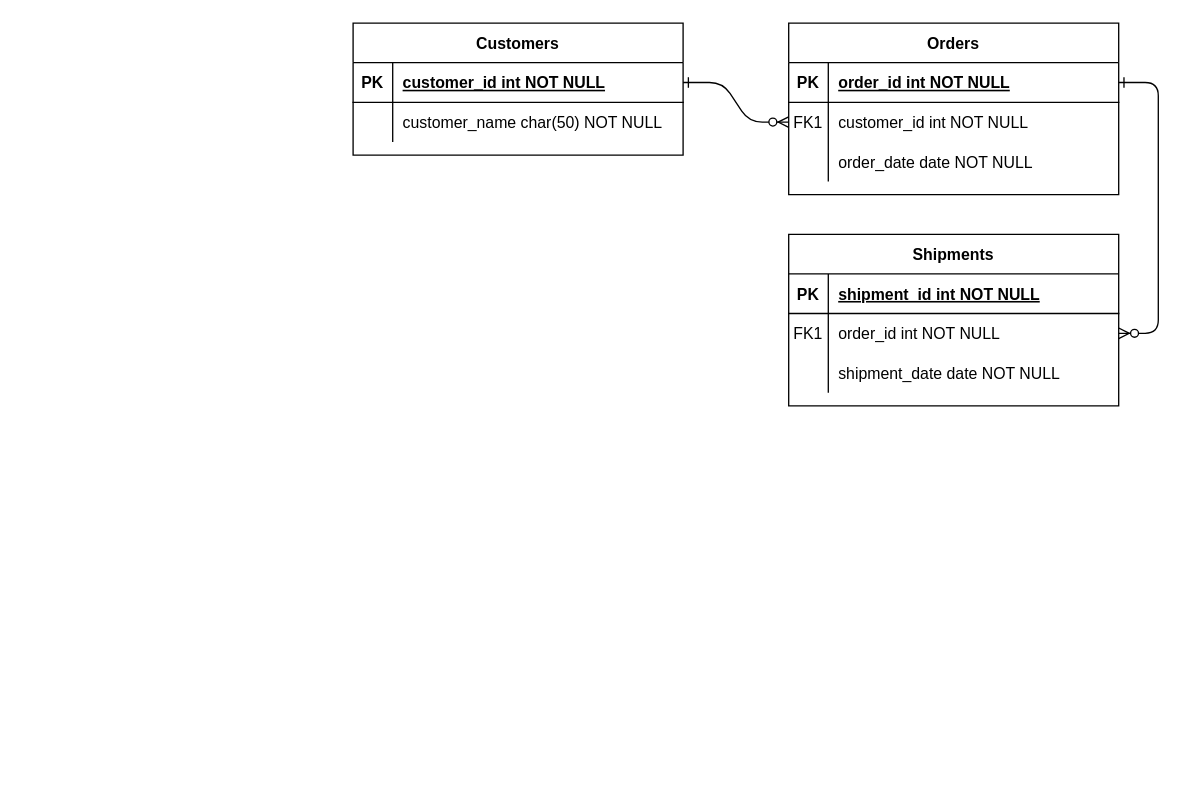
Before: Untitled Diagram.drawio in e-anderson/secret-santa-service, a draw.io diagram. Source tidied: cells renumbered, new cells numbered last; positions are measured from the earlier drawing's top-left corner, leaving out a move shared by most shapes. Both pictures are drawn from the tidied source at 132%, with x=0, y=0 at pixel (352, 22).
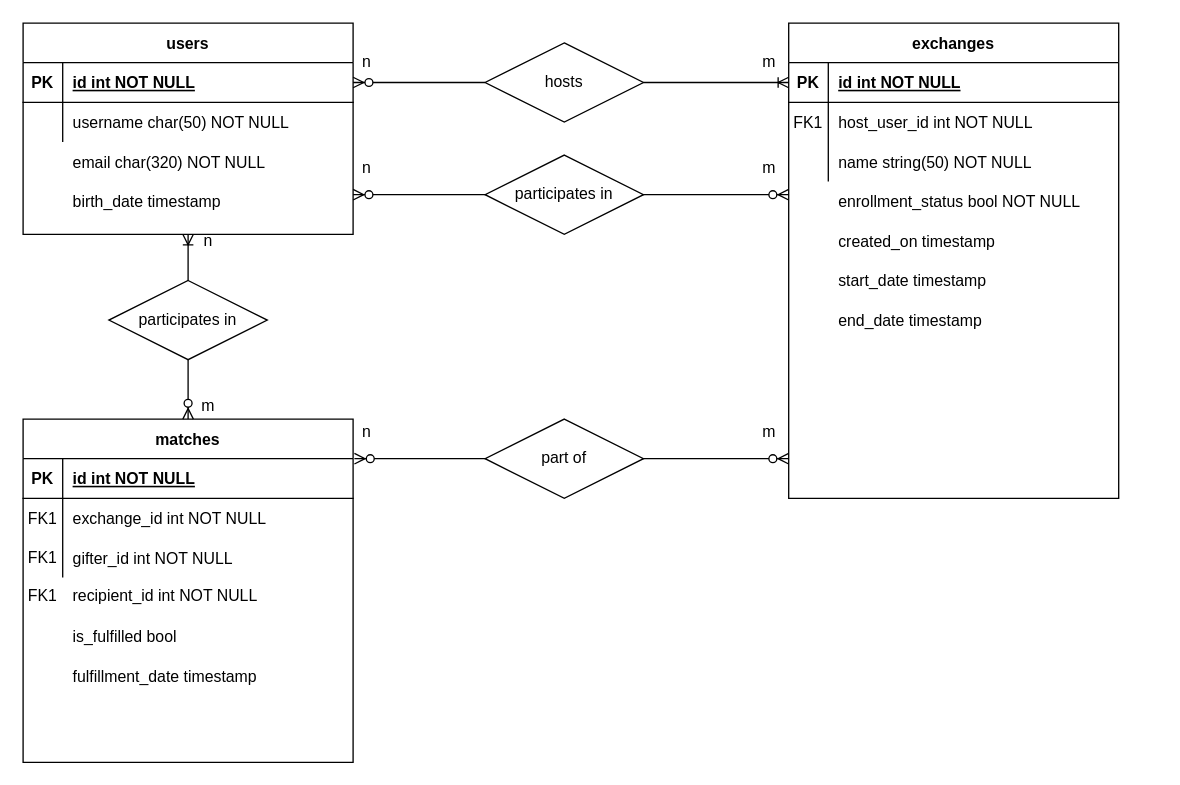
After the change.

Commit message:
add entities and relationships to ER diagram

Unchanged cells that the change refers to:
```xml
<mxCell id="5" style="shape=partialRectangle;fillColor=none;points=[[0,0.5],[1,0.5]];portConstraint=eastwest;top=0;left=0;right=0;bottom=1;" parent="4" vertex="1">
  <mxGeometry y="30" width="250" height="30" as="geometry" />
</mxCell>
<mxCell id="8" style="shape=partialRectangle;fillColor=none;points=[[0,0.5],[1,0.5]];portConstraint=eastwest;top=0;left=0;right=0;bottom=0;" parent="4" vertex="1">
  <mxGeometry y="60" width="250" height="30" as="geometry" />
</mxCell>
<mxCell id="11" style="shape=partialRectangle;fillColor=none;top=0;left=0;right=0;bottom=0;" parent="4" vertex="1">
  <mxGeometry y="90" width="250" height="30" as="geometry" />
</mxCell>
<mxCell id="15" style="shape=partialRectangle;fillColor=none;points=[[0,0.5],[1,0.5]];portConstraint=eastwest;top=0;left=0;right=0;bottom=1;" parent="14" vertex="1">
  <mxGeometry y="30" width="250" height="30" as="geometry" />
</mxCell>
<mxCell id="18" style="shape=partialRectangle;fillColor=none;points=[[0,0.5],[1,0.5]];portConstraint=eastwest;top=0;left=0;right=0;bottom=0;" parent="14" vertex="1">
  <mxGeometry y="60" width="250" height="30" as="geometry" />
</mxCell>
<mxCell id="21" style="shape=partialRectangle;fillColor=none;top=0;left=0;right=0;bottom=0;" parent="14" vertex="1">
  <mxGeometry y="90" width="250" height="30" as="geometry" />
</mxCell>
```

The edit, as a diff of the source:
```diff
@@
-    <mxCell id="2" style="edgeStyle=entityRelationEdgeStyle;endArrow=ERzeroToMany;startArrow=ERone;endFill=1;startFill=0;" parent="1" edge="1" source="25" target="8">
-      <mxGeometry relative="1" as="geometry" />
-    </mxCell>
-    <mxCell id="3" style="edgeStyle=entityRelationEdgeStyle;endArrow=ERzeroToMany;startArrow=ERone;endFill=1;startFill=0;" parent="1" edge="1" source="5" target="18">
-      <mxGeometry relative="1" as="geometry" />
-    </mxCell>
-    <mxCell id="4" value="Orders" style="shape=table;startSize=30;childLayout=tableLayout;rowLines=0;fontStyle=1;align=center;" parent="1" vertex="1">
-      <mxGeometry x="330" width="250" height="130" as="geometry" />
+    <mxCell id="4" value="exchanges" style="shape=table;startSize=30;childLayout=tableLayout;rowLines=0;fontStyle=1;align=center;" parent="1" vertex="1">
+      <mxGeometry x="330" width="250" height="360" as="geometry" />
     </mxCell>
@@
-    <mxCell id="7" value="order_id int NOT NULL " style="shape=partialRectangle;overflow=hidden;fillColor=none;top=0;left=0;bottom=0;right=0;align=left;spacingLeft=6;fontStyle=5;" parent="5" vertex="1">
+    <mxCell id="7" value="id int NOT NULL " style="shape=partialRectangle;overflow=hidden;fillColor=none;top=0;left=0;bottom=0;right=0;align=left;spacingLeft=6;fontStyle=5;" parent="5" vertex="1">
       <mxGeometry x="30" width="220" height="30" as="geometry" />
     </mxCell>
@@
-    <mxCell id="10" value="customer_id int NOT NULL" style="shape=partialRectangle;overflow=hidden;fillColor=none;top=0;left=0;bottom=0;right=0;align=left;spacingLeft=6;" parent="8" vertex="1">
+    <mxCell id="10" value="host_user_id int NOT NULL" style="shape=partialRectangle;overflow=hidden;fillColor=none;top=0;left=0;bottom=0;right=0;align=left;spacingLeft=6;" parent="8" vertex="1">
       <mxGeometry x="30" width="220" height="30" as="geometry" />
     </mxCell>
@@
-    <mxCell id="13" value="order_date date NOT NULL" style="shape=partialRectangle;overflow=hidden;fillColor=none;top=0;left=0;bottom=0;right=0;align=left;spacingLeft=6;" parent="11" vertex="1">
+    <mxCell id="13" value="name string(50) NOT NULL" style="shape=partialRectangle;overflow=hidden;fillColor=none;top=0;left=0;bottom=0;right=0;align=left;spacingLeft=6;" parent="11" vertex="1">
       <mxGeometry x="30" width="220" height="30" as="geometry" />
     </mxCell>
+    <mxCell id="31" value="enrollment_status bool NOT NULL" style="shape=partialRectangle;overflow=hidden;fillColor=none;top=0;left=0;bottom=0;right=0;align=left;spacingLeft=6;" parent="1" vertex="1">
+      <mxGeometry x="360" y="120" width="220" height="30" as="geometry" />
+    </mxCell>
+    <mxCell id="32" value="created_on timestamp" style="shape=partialRectangle;overflow=hidden;fillColor=none;top=0;left=0;bottom=0;right=0;align=left;spacingLeft=6;" parent="1" vertex="1">
+      <mxGeometry x="360" y="150" width="220" height="30" as="geometry" />
+    </mxCell>
+    <mxCell id="33" value="start_date timestamp" style="shape=partialRectangle;overflow=hidden;fillColor=none;top=0;left=0;bottom=0;right=0;align=left;spacingLeft=6;" parent="1" vertex="1">
+      <mxGeometry x="360" y="180" width="220" height="30" as="geometry" />
+    </mxCell>
+    <mxCell id="34" value="end_date timestamp" style="shape=partialRectangle;overflow=hidden;fillColor=none;top=0;left=0;bottom=0;right=0;align=left;spacingLeft=6;" parent="1" vertex="1">
+      <mxGeometry x="360" y="210" width="220" height="30" as="geometry" />
+    </mxCell>
+    <mxCell id="35" style="group;" parent="1" vertex="1">
+      <mxGeometry x="-250" width="250" height="160" as="geometry" />
+    </mxCell>
+    <mxCell id="24" value="users" style="shape=table;startSize=30;childLayout=tableLayout;rowLines=0;fontStyle=1;align=center;" parent="35" vertex="1">
+      <mxGeometry width="250" height="160" as="geometry" />
+    </mxCell>
+    <mxCell id="25" style="shape=partialRectangle;fillColor=none;points=[[0,0.5],[1,0.5]];portConstraint=eastwest;top=0;left=0;right=0;bottom=1;" parent="24" vertex="1">
+      <mxGeometry y="30" width="250" height="30" as="geometry" />
+    </mxCell>
+    <mxCell id="26" value="PK" style="shape=partialRectangle;overflow=hidden;fillColor=none;top=0;left=0;bottom=0;right=0;fontStyle=1;" parent="25" vertex="1">
+      <mxGeometry width="30" height="30" as="geometry" />
+    </mxCell>
+    <mxCell id="27" value="id int NOT NULL " style="shape=partialRectangle;overflow=hidden;fillColor=none;top=0;left=0;bottom=0;right=0;align=left;spacingLeft=6;fontStyle=5;" parent="25" vertex="1">
+      <mxGeometry x="30" width="220" height="30" as="geometry" />
+    </mxCell>
+    <mxCell id="28" style="shape=partialRectangle;fillColor=none;top=0;left=0;right=0;bottom=0;" parent="24" vertex="1">
+      <mxGeometry y="60" width="250" height="30" as="geometry" />
+    </mxCell>
+    <mxCell id="29" style="shape=partialRectangle;overflow=hidden;fillColor=none;top=0;left=0;bottom=0;right=0;" parent="28" vertex="1">
+      <mxGeometry width="30" height="30" as="geometry" />
+    </mxCell>
+    <mxCell id="30" value="username char(50) NOT NULL" style="shape=partialRectangle;overflow=hidden;fillColor=none;top=0;left=0;bottom=0;right=0;align=left;spacingLeft=6;" parent="28" vertex="1">
+      <mxGeometry x="30" width="220" height="30" as="geometry" />
+    </mxCell>
+    <mxCell id="36" value="email char(320) NOT NULL" style="shape=partialRectangle;overflow=hidden;fillColor=none;top=0;left=0;bottom=0;right=0;align=left;spacingLeft=6;" parent="35" vertex="1">
+      <mxGeometry x="30" y="90" width="220" height="30" as="geometry" />
+    </mxCell>
+    <mxCell id="37" value="birth_date timestamp" style="shape=partialRectangle;overflow=hidden;fillColor=none;top=0;left=0;bottom=0;right=0;align=left;spacingLeft=6;" parent="35" vertex="1">
+      <mxGeometry x="30" y="120" width="220" height="30" as="geometry" />
+    </mxCell>
+    <mxCell id="38" style="edgeStyle=entityRelationEdgeStyle;fontSize=12;html=1;endArrow=ERoneToMany;startArrow=none;rounded=0;exitX=1;exitY=0.5;exitDx=0;exitDy=0;entryX=0;entryY=0.5;entryDx=0;entryDy=0;" parent="1" edge="1" source="41" target="5">
+      <mxGeometry relative="1" as="geometry" />
+    </mxCell>
+    <mxCell id="39" value="n" style="text;html=1;align=center;verticalAlign=middle;strokeColor=none;fillColor=none;" parent="1" vertex="1">
+      <mxGeometry y="20" width="20" height="20" as="geometry" />
+    </mxCell>
+    <mxCell id="40" value="m" style="text;html=1;align=center;verticalAlign=middle;strokeColor=none;fillColor=none;" parent="1" vertex="1">
+      <mxGeometry x="300" y="20" width="30" height="20" as="geometry" />
+    </mxCell>
+    <mxCell id="41" value="hosts" style="shape=rhombus;perimeter=rhombusPerimeter;whiteSpace=wrap;html=1;align=center;" parent="1" vertex="1">
+      <mxGeometry x="100" y="15" width="120" height="60" as="geometry" />
+    </mxCell>
+    <mxCell id="42" style="edgeStyle=entityRelationEdgeStyle;fontSize=12;html=1;endArrow=none;startArrow=ERzeroToMany;rounded=0;exitX=1;exitY=0.5;exitDx=0;exitDy=0;entryX=0;entryY=0.5;entryDx=0;entryDy=0;" parent="1" edge="1" source="25" target="41">
+      <mxGeometry relative="1" as="geometry" />
+    </mxCell>
+    <mxCell id="43" style="edgeStyle=entityRelationEdgeStyle;fontSize=12;html=1;endArrow=ERzeroToMany;endFill=1;startArrow=ERzeroToMany;rounded=0;" parent="1" edge="1">
+      <mxGeometry relative="1" as="geometry">
+        <mxPoint y="130" as="sourcePoint" />
+        <mxPoint x="330" y="130" as="targetPoint" />
+      </mxGeometry>
+    </mxCell>
+    <mxCell id="44" value="participates in" style="shape=rhombus;perimeter=rhombusPerimeter;whiteSpace=wrap;html=1;align=center;" parent="1" vertex="1">
+      <mxGeometry x="100" y="100" width="120" height="60" as="geometry" />
+    </mxCell>
+    <mxCell id="45" value="n" style="text;html=1;align=center;verticalAlign=middle;strokeColor=none;fillColor=none;" parent="1" vertex="1">
+      <mxGeometry y="100" width="20" height="20" as="geometry" />
+    </mxCell>
+    <mxCell id="46" value="m" style="text;html=1;align=center;verticalAlign=middle;strokeColor=none;fillColor=none;" parent="1" vertex="1">
+      <mxGeometry x="300" y="100" width="30" height="20" as="geometry" />
+    </mxCell>
+    <mxCell id="47" style="group;" parent="1" vertex="1">
+      <mxGeometry x="-250" y="300" width="250" height="260" as="geometry" />
+    </mxCell>
-    <mxCell id="14" value="Shipments" style="shape=table;startSize=30;childLayout=tableLayout;rowLines=0;fontStyle=1;align=center;" parent="1" vertex="1">
-      <mxGeometry x="330" y="160" width="250" height="130" as="geometry" />
+    <mxCell id="14" value="matches" style="shape=table;startSize=30;childLayout=tableLayout;rowLines=0;fontStyle=1;align=center;" parent="47" vertex="1">
+      <mxGeometry width="250" height="260" as="geometry" />
     </mxCell>
@@
-    <mxCell id="17" value="shipment_id int NOT NULL " style="shape=partialRectangle;overflow=hidden;fillColor=none;top=0;left=0;bottom=0;right=0;align=left;spacingLeft=6;fontStyle=5;" parent="15" vertex="1">
+    <mxCell id="17" value="id int NOT NULL " style="shape=partialRectangle;overflow=hidden;fillColor=none;top=0;left=0;bottom=0;right=0;align=left;spacingLeft=6;fontStyle=5;" parent="15" vertex="1">
       <mxGeometry x="30" width="220" height="30" as="geometry" />
     </mxCell>
@@
-    <mxCell id="20" value="order_id int NOT NULL" style="shape=partialRectangle;overflow=hidden;fillColor=none;top=0;left=0;bottom=0;right=0;align=left;spacingLeft=6;" parent="18" vertex="1">
+    <mxCell id="20" value="exchange_id int NOT NULL" style="shape=partialRectangle;overflow=hidden;fillColor=none;top=0;left=0;bottom=0;right=0;align=left;spacingLeft=6;" parent="18" vertex="1">
       <mxGeometry x="30" width="220" height="30" as="geometry" />
     </mxCell>
@@
-    <mxCell id="23" value="shipment_date date NOT NULL" style="shape=partialRectangle;overflow=hidden;fillColor=none;top=0;left=0;bottom=0;right=0;align=left;spacingLeft=6;" parent="21" vertex="1">
+    <mxCell id="23" value="gifter_id int NOT NULL" style="shape=partialRectangle;overflow=hidden;fillColor=none;top=0;left=0;bottom=0;right=0;align=left;spacingLeft=6;" parent="21" vertex="1">
       <mxGeometry x="30" width="220" height="30" as="geometry" />
     </mxCell>
-    <mxCell id="24" value="Customers" style="shape=table;startSize=30;childLayout=tableLayout;rowLines=0;fontStyle=1;align=center;" parent="1" vertex="1">
-      <mxGeometry width="250" height="100" as="geometry" />
-    </mxCell>
-    <mxCell id="25" style="shape=partialRectangle;fillColor=none;points=[[0,0.5],[1,0.5]];portConstraint=eastwest;top=0;left=0;right=0;bottom=1;" parent="24" vertex="1">
-      <mxGeometry y="30" width="250" height="30" as="geometry" />
-    </mxCell>
-    <mxCell id="26" value="PK" style="shape=partialRectangle;overflow=hidden;fillColor=none;top=0;left=0;bottom=0;right=0;fontStyle=1;" parent="25" vertex="1">
-      <mxGeometry width="30" height="30" as="geometry" />
-    </mxCell>
-    <mxCell id="27" value="customer_id int NOT NULL " style="shape=partialRectangle;overflow=hidden;fillColor=none;top=0;left=0;bottom=0;right=0;align=left;spacingLeft=6;fontStyle=5;" parent="25" vertex="1">
-      <mxGeometry x="30" width="220" height="30" as="geometry" />
-    </mxCell>
-    <mxCell id="28" style="shape=partialRectangle;fillColor=none;top=0;left=0;right=0;bottom=0;" parent="24" vertex="1">
-      <mxGeometry y="60" width="250" height="30" as="geometry" />
-    </mxCell>
-    <mxCell id="29" style="shape=partialRectangle;overflow=hidden;fillColor=none;top=0;left=0;bottom=0;right=0;" parent="28" vertex="1">
-      <mxGeometry width="30" height="30" as="geometry" />
-    </mxCell>
-    <mxCell id="30" value="customer_name char(50) NOT NULL" style="shape=partialRectangle;overflow=hidden;fillColor=none;top=0;left=0;bottom=0;right=0;align=left;spacingLeft=6;" parent="28" vertex="1">
-      <mxGeometry x="30" width="220" height="30" as="geometry" />
-    </mxCell>
+    <mxCell id="48" style="shape=partialRectangle;fillColor=none;top=0;left=0;right=0;bottom=0;" parent="47" vertex="1">
+      <mxGeometry y="108.8" width="250" height="48.8" as="geometry" />
+    </mxCell>
+    <mxCell id="49" style="shape=partialRectangle;overflow=hidden;fillColor=none;top=0;left=0;bottom=0;right=0;" parent="48" vertex="1">
+      <mxGeometry width="30" height="48.8" as="geometry" />
+    </mxCell>
+    <mxCell id="50" value="recipient_id int NOT NULL" style="shape=partialRectangle;overflow=hidden;fillColor=none;top=0;left=0;bottom=0;right=0;align=left;spacingLeft=6;" parent="48" vertex="1">
+      <mxGeometry x="30" width="220" height="48.8" as="geometry" />
+    </mxCell>
+    <mxCell id="51" value="FK1" style="shape=partialRectangle;overflow=hidden;fillColor=none;top=0;left=0;bottom=0;right=0;" parent="47" vertex="1">
+      <mxGeometry y="108.8" width="30" height="48.8" as="geometry" />
+    </mxCell>
+    <mxCell id="52" value="FK1" style="shape=partialRectangle;overflow=hidden;fillColor=none;top=0;left=0;bottom=0;right=0;" parent="47" vertex="1">
+      <mxGeometry y="80" width="30" height="48.8" as="geometry" />
+    </mxCell>
+    <mxCell id="53" style="shape=partialRectangle;fillColor=none;top=0;left=0;right=0;bottom=0;" parent="47" vertex="1">
+      <mxGeometry y="140" width="250" height="48.8" as="geometry" />
+    </mxCell>
+    <mxCell id="54" style="shape=partialRectangle;overflow=hidden;fillColor=none;top=0;left=0;bottom=0;right=0;" parent="53" vertex="1">
+      <mxGeometry width="30" height="48.8" as="geometry" />
+    </mxCell>
+    <mxCell id="55" value="is_fulfilled bool" style="shape=partialRectangle;overflow=hidden;fillColor=none;top=0;left=0;bottom=0;right=0;align=left;spacingLeft=6;" parent="53" vertex="1">
+      <mxGeometry x="30" width="220" height="48.8" as="geometry" />
+    </mxCell>
+    <mxCell id="56" style="shape=partialRectangle;fillColor=none;top=0;left=0;right=0;bottom=0;" parent="47" vertex="1">
+      <mxGeometry y="170" width="250" height="48.8" as="geometry" />
+    </mxCell>
+    <mxCell id="57" style="shape=partialRectangle;overflow=hidden;fillColor=none;top=0;left=0;bottom=0;right=0;" parent="56" vertex="1">
+      <mxGeometry width="30" height="48.8" as="geometry" />
+    </mxCell>
+    <mxCell id="58" value="fulfillment_date timestamp" style="shape=partialRectangle;overflow=hidden;fillColor=none;top=0;left=0;bottom=0;right=0;align=left;spacingLeft=6;" parent="56" vertex="1">
+      <mxGeometry x="30" width="220" height="48.8" as="geometry" />
+    </mxCell>
+    <mxCell id="59" style="edgeStyle=entityRelationEdgeStyle;fontSize=12;html=1;endArrow=ERzeroToMany;endFill=1;startArrow=ERzeroToMany;rounded=0;exitX=1.004;exitY=0;exitDx=0;exitDy=0;exitPerimeter=0;" parent="1" edge="1" source="15">
+      <mxGeometry relative="1" as="geometry">
+        <mxPoint x="330" y="330" as="targetPoint" />
+      </mxGeometry>
+    </mxCell>
+    <mxCell id="60" value="part of" style="shape=rhombus;perimeter=rhombusPerimeter;whiteSpace=wrap;html=1;align=center;" parent="1" vertex="1">
+      <mxGeometry x="100" y="300" width="120" height="60" as="geometry" />
+    </mxCell>
+    <mxCell id="61" value="n" style="text;html=1;align=center;verticalAlign=middle;strokeColor=none;fillColor=none;" parent="1" vertex="1">
+      <mxGeometry y="300" width="20" height="20" as="geometry" />
+    </mxCell>
+    <mxCell id="62" value="m" style="text;html=1;align=center;verticalAlign=middle;strokeColor=none;fillColor=none;" parent="1" vertex="1">
+      <mxGeometry x="300" y="300" width="30" height="20" as="geometry" />
+    </mxCell>
+    <mxCell id="63" value="n" style="text;html=1;align=center;verticalAlign=middle;strokeColor=none;fillColor=none;" parent="1" vertex="1">
+      <mxGeometry x="-120" y="155" width="20" height="20" as="geometry" />
+    </mxCell>
+    <mxCell id="64" value="m" style="text;html=1;align=center;verticalAlign=middle;strokeColor=none;fillColor=none;" parent="1" vertex="1">
+      <mxGeometry x="-125" y="280" width="30" height="20" as="geometry" />
+    </mxCell>
+    <mxCell id="65" style="fontSize=12;html=1;endArrow=ERoneToMany;startArrow=ERzeroToMany;rounded=0;entryX=0.5;entryY=1;entryDx=0;entryDy=0;exitX=0.5;exitY=0;exitDx=0;exitDy=0;" parent="1" edge="1" source="14" target="24">
+      <mxGeometry relative="1" as="geometry" />
+    </mxCell>
+    <mxCell id="66" value="participates in" style="shape=rhombus;perimeter=rhombusPerimeter;whiteSpace=wrap;html=1;align=center;" parent="1" vertex="1">
+      <mxGeometry x="-185" y="195" width="120" height="60" as="geometry" />
+    </mxCell>
```
